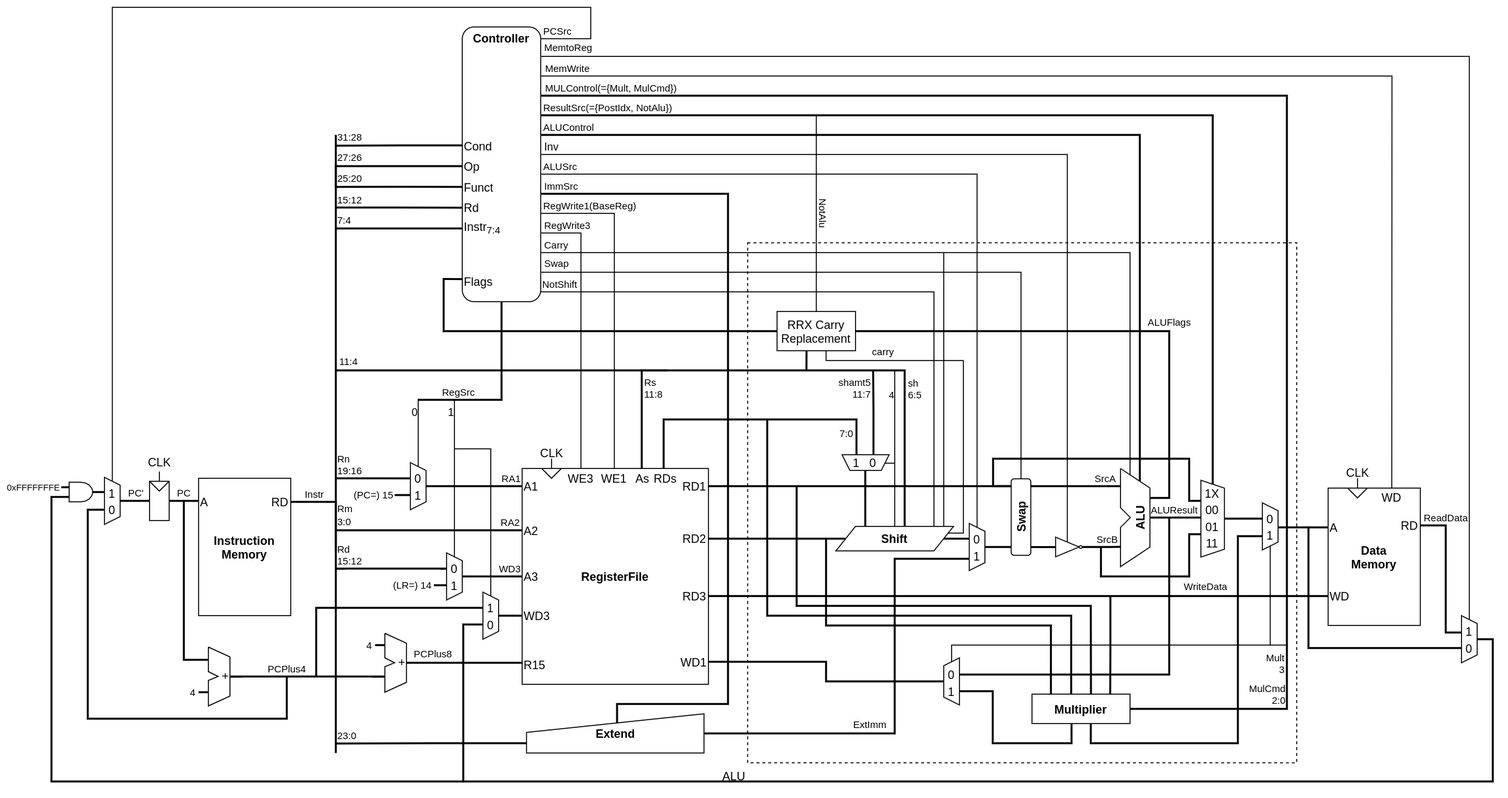
This is asset/arm_cpu_diagram.drawio.png from takah29/arm-cpu, a draw.io export, as it was before one commit. Source tidied: cells renumbered, new cells last; positions are measured from the earlier drawing's top-left corner, leaving out a move shared by most shapes.
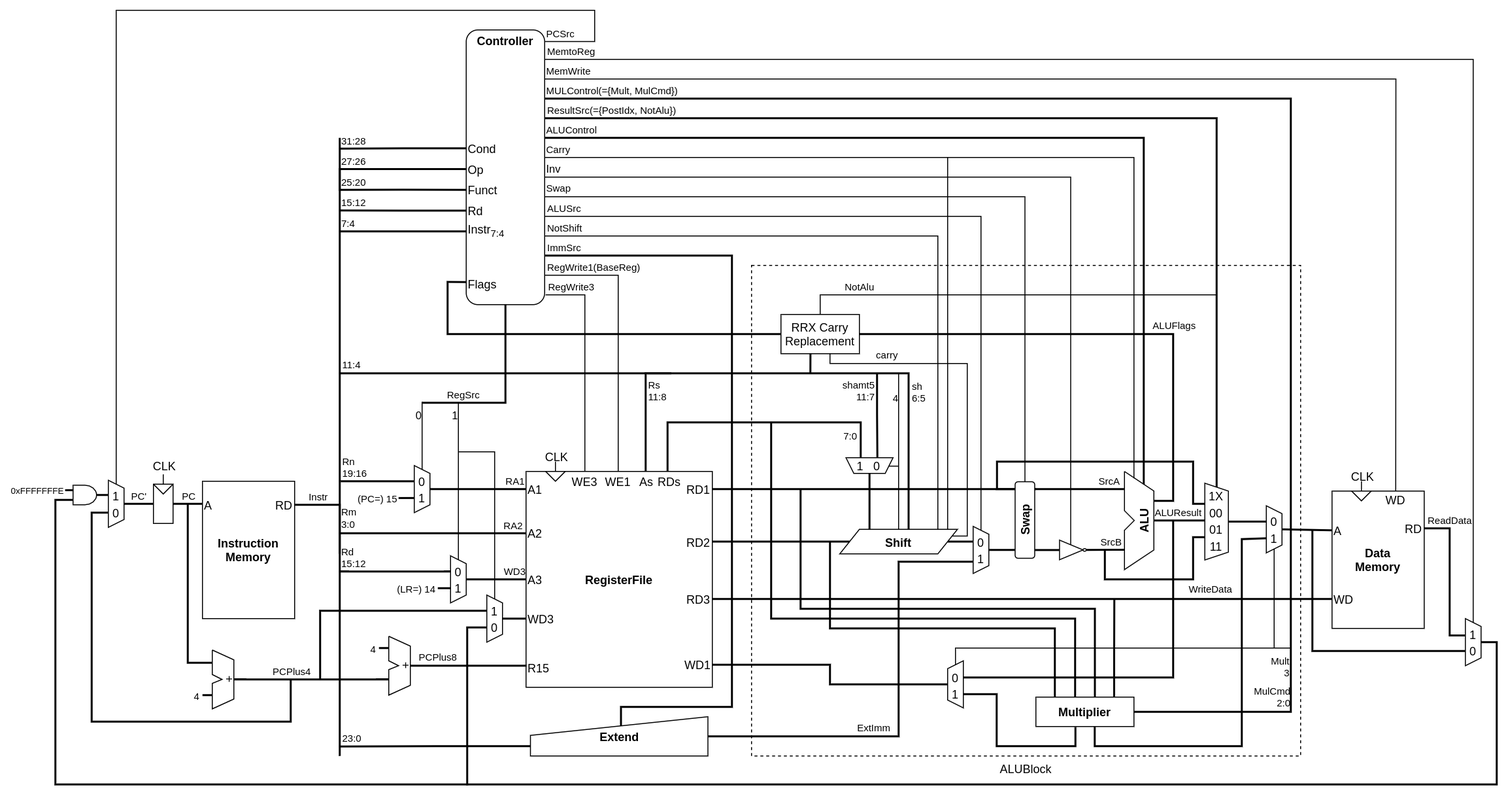
Later version of the same file.

Commit message:
回路図の修正

What changed in the source:
```diff
@@ -2,8 +2,8 @@
   <root>
     <mxCell id="0" />
     <mxCell id="1" parent="0" />
-    <mxCell id="2" value="ALU" style="rounded=0;whiteSpace=wrap;html=1;verticalAlign=top;labelPosition=left;verticalLabelPosition=bottom;align=right;dashed=1;fillColor=none;shadow=0;" parent="1" vertex="1">
-      <mxGeometry x="710" y="240" width="560" height="530" as="geometry" />
+    <mxCell id="2" value="ALUBlock" style="rounded=0;whiteSpace=wrap;html=1;verticalAlign=top;labelPosition=center;verticalLabelPosition=bottom;align=center;dashed=1;fillColor=none;shadow=0;" parent="1" vertex="1">
+      <mxGeometry x="710" y="260" width="560" height="500" as="geometry" />
     </mxCell>
     <mxCell id="3" style="group;" parent="1" vertex="1">
       <mxGeometry x="366" y="464" width="16" height="48" as="geometry" />
@@ -240,16 +240,16 @@
     </mxCell>
     <mxCell id="51" style="edgeStyle=orthogonalEdgeStyle;rounded=0;jettySize=auto;html=1;exitX=0.5;exitY=0;exitDx=0;exitDy=0;endArrow=none;endFill=0;strokeWidth=1;fontSize=10;" parent="1" edge="1" source="101">
       <mxGeometry relative="1" as="geometry">
-        <mxPoint x="499" y="230" as="targetPoint" />
+        <mxPoint x="500" y="290" as="targetPoint" />
         <Array as="points">
-          <mxPoint x="540" y="230" />
-          <mxPoint x="499" y="230" />
+          <mxPoint x="540" y="290" />
+          <mxPoint x="499" y="290" />
         </Array>
       </mxGeometry>
     </mxCell>
     <mxCell id="52" value="RegWrite3" style="edgeLabel;html=1;align=left;verticalAlign=bottom;fontSize=10;labelBackgroundColor=none;" parent="51" vertex="1">
       <mxGeometry x="0.94" relative="1" as="geometry">
-        <mxPoint x="-7" as="offset" />
+        <mxPoint x="-6" as="offset" />
       </mxGeometry>
     </mxCell>
     <mxCell id="53" style="endArrow=none;html=1;rounded=0;" parent="1" edge="1">
@@ -431,26 +431,26 @@
     </mxCell>
     <mxCell id="88" style="edgeStyle=orthogonalEdgeStyle;rounded=0;jettySize=auto;html=1;exitX=0.51;exitY=0.228;exitDx=0;exitDy=0;endArrow=none;endFill=0;strokeWidth=2;fontSize=10;exitPerimeter=0;" parent="1" edge="1" source="66">
       <mxGeometry relative="1" as="geometry">
-        <mxPoint x="499" y="190" as="targetPoint" />
+        <mxPoint x="499" y="250" as="targetPoint" />
         <Array as="points">
           <mxPoint x="577" y="710" />
           <mxPoint x="690" y="710" />
-          <mxPoint x="690" y="190" />
-          <mxPoint x="499" y="190" />
+          <mxPoint x="690" y="250" />
+          <mxPoint x="499" y="250" />
         </Array>
       </mxGeometry>
     </mxCell>
     <mxCell id="89" value="ImmSrc" style="edgeLabel;html=1;align=left;verticalAlign=bottom;fontSize=10;labelBackgroundColor=none;" parent="88" vertex="1">
       <mxGeometry x="0.94" relative="1" as="geometry">
-        <mxPoint x="-25.3" y="-0.1" as="offset" />
+        <mxPoint x="-24.3" y="-0.1" as="offset" />
       </mxGeometry>
     </mxCell>
     <mxCell id="90" style="edgeStyle=orthogonalEdgeStyle;rounded=0;jettySize=auto;html=1;endArrow=none;endFill=0;strokeWidth=1;fontSize=10;exitX=0;exitY=0.5;exitDx=0;exitDy=0;" parent="1" edge="1" source="58">
       <mxGeometry relative="1" as="geometry">
-        <mxPoint x="499" y="170" as="targetPoint" />
+        <mxPoint x="499" y="210" as="targetPoint" />
         <Array as="points">
-          <mxPoint x="944" y="170" />
-          <mxPoint x="499" y="170" />
+          <mxPoint x="944" y="210" />
+          <mxPoint x="499" y="210" />
         </Array>
       </mxGeometry>
     </mxCell>
@@ -797,7 +797,7 @@
     </mxCell>
     <mxCell id="165" value="ALUControl" style="edgeLabel;html=1;align=left;verticalAlign=bottom;fontSize=10;labelBackgroundColor=none;" parent="164" vertex="1">
       <mxGeometry x="0.94" relative="1" as="geometry">
-        <mxPoint x="-29.5" y="0.2" as="offset" />
+        <mxPoint x="-30.5" y="0.2" as="offset" />
       </mxGeometry>
     </mxCell>
     <mxCell id="166" style="edgeStyle=orthogonalEdgeStyle;rounded=0;jettySize=auto;html=1;exitX=0.692;exitY=-0.001;exitDx=0;exitDy=0;endArrow=none;endFill=0;strokeWidth=1;fontSize=7;exitPerimeter=0;" parent="1" edge="1" source="112">
@@ -811,7 +811,7 @@
     </mxCell>
     <mxCell id="167" value="&lt;font style=&quot;font-size: 10px&quot;&gt;MemWrite&lt;/font&gt;" style="edgeLabel;html=1;align=left;verticalAlign=bottom;fontSize=7;labelBackgroundColor=none;" parent="166" vertex="1">
       <mxGeometry x="0.94" relative="1" as="geometry">
-        <mxPoint x="-33.6" y="-0.1" as="offset" />
+        <mxPoint x="-35.6" y="-0.1" as="offset" />
       </mxGeometry>
     </mxCell>
     <mxCell id="168" style="edgeStyle=orthogonalEdgeStyle;rounded=0;jettySize=auto;html=1;exitX=0.083;exitY=0.5;exitDx=0;exitDy=0;endArrow=none;endFill=0;strokeWidth=1;fontSize=7;exitPerimeter=0;" parent="1" edge="1" source="80">
@@ -825,7 +825,7 @@
     </mxCell>
     <mxCell id="169" value="&lt;font style=&quot;font-size: 10px&quot;&gt;MemtoReg&lt;/font&gt;" style="edgeLabel;html=1;align=left;verticalAlign=bottom;fontSize=7;labelBackgroundColor=none;" parent="168" vertex="1">
       <mxGeometry x="0.97" relative="1" as="geometry">
-        <mxPoint x="-21.4" y="-0.2" as="offset" />
+        <mxPoint x="-22.4" y="-0.2" as="offset" />
       </mxGeometry>
     </mxCell>
     <mxCell id="170" style="edgeStyle=orthogonalEdgeStyle;rounded=0;jettySize=auto;html=1;endArrow=none;endFill=0;strokeWidth=1;fontSize=7;exitX=0;exitY=0.5;exitDx=0;exitDy=0;entryX=1.002;entryY=0.042;entryDx=0;entryDy=0;entryPerimeter=0;" parent="1" edge="1" source="136" target="17">
@@ -840,22 +840,22 @@
     </mxCell>
     <mxCell id="171" value="&lt;font style=&quot;font-size: 10px&quot;&gt;PCSrc&lt;/font&gt;" style="edgeLabel;html=1;align=left;verticalAlign=bottom;fontSize=7;labelBackgroundColor=none;" parent="170" vertex="1">
       <mxGeometry x="0.97" relative="1" as="geometry">
-        <mxPoint x="-15.3" y="0.6" as="offset" />
+        <mxPoint x="-16.3" y="0.6" as="offset" />
       </mxGeometry>
     </mxCell>
     <mxCell id="172" style="edgeStyle=orthogonalEdgeStyle;rounded=0;orthogonalLoop=1;jettySize=auto;html=1;endArrow=none;endFill=0;strokeWidth=1;fontSize=10;" parent="1" edge="1">
       <mxGeometry relative="1" as="geometry">
         <mxPoint x="1100" y="477" as="sourcePoint" />
-        <mxPoint x="499" y="250" as="targetPoint" />
+        <mxPoint x="499" y="150" as="targetPoint" />
         <Array as="points">
-          <mxPoint x="1100" y="250" />
-          <mxPoint x="499" y="250" />
+          <mxPoint x="1100" y="150" />
+          <mxPoint x="499" y="150" />
         </Array>
       </mxGeometry>
     </mxCell>
     <mxCell id="173" value="Carry" style="edgeLabel;html=1;align=left;verticalAlign=bottom;fontSize=10;labelBackgroundColor=none;" parent="172" vertex="1">
       <mxGeometry x="0.94" relative="1" as="geometry">
-        <mxPoint x="-24.3" y="0.4" as="offset" />
+        <mxPoint x="-30.3" y="0.4" as="offset" />
       </mxGeometry>
     </mxCell>
     <mxCell id="174" style="edgeStyle=orthogonalEdgeStyle;rounded=0;jettySize=auto;html=1;exitX=0.5;exitY=0;exitDx=0;exitDy=0;endArrow=none;endFill=0;strokeWidth=2;" parent="1" edge="1" source="102">
@@ -885,18 +885,17 @@
         <mxPoint x="-2.9" as="offset" />
       </mxGeometry>
     </mxCell>
-    <mxCell id="178" style="edgeStyle=orthogonalEdgeStyle;rounded=0;jettySize=auto;html=1;exitX=1;exitY=0.5;exitDx=0;exitDy=0;fontSize=10;endArrow=none;endFill=0;" parent="1" edge="1" source="190">
+    <mxCell id="178" style="edgeStyle=orthogonalEdgeStyle;rounded=0;jettySize=auto;html=1;exitX=1;exitY=0.5;exitDx=0;exitDy=0;fontSize=10;endArrow=none;endFill=0;entryX=1.003;entryY=0.607;entryDx=0;entryDy=0;entryPerimeter=0;" parent="1" edge="1" source="190" target="17">
       <mxGeometry relative="1" as="geometry">
-        <mxPoint x="499" y="270" as="targetPoint" />
         <Array as="points">
-          <mxPoint x="989" y="270" />
-          <mxPoint x="499" y="270" />
+          <mxPoint x="989" y="190" />
+          <mxPoint x="499" y="190" />
         </Array>
       </mxGeometry>
     </mxCell>
     <mxCell id="179" value="Swap" style="edgeLabel;html=1;align=left;verticalAlign=bottom;fontSize=10;labelBackgroundColor=none;" parent="178" vertex="1">
       <mxGeometry x="0.96" relative="1" as="geometry">
-        <mxPoint x="-13.6" y="-0.6" as="offset" />
+        <mxPoint x="-17.6" y="-0.6" as="offset" />
       </mxGeometry>
     </mxCell>
     <mxCell id="180" style="edgeStyle=orthogonalEdgeStyle;rounded=0;jettySize=auto;html=1;exitX=0.172;exitY=0.505;exitDx=0;exitDy=0;exitPerimeter=0;entryX=0.105;entryY=0.985;entryDx=0;entryDy=0;entryPerimeter=0;endArrow=none;endFill=0;strokeWidth=2;" parent="1" edge="1" source="181" target="190">
@@ -920,17 +919,17 @@
     </mxCell>
     <mxCell id="184" style="edgeStyle=orthogonalEdgeStyle;rounded=0;jettySize=auto;html=1;endArrow=none;endFill=0;strokeWidth=1;fontSize=11;entryX=0.455;entryY=0.24;entryDx=0;entryDy=0;entryPerimeter=0;" parent="1" edge="1" target="181">
       <mxGeometry relative="1" as="geometry">
-        <mxPoint x="499" y="150" as="sourcePoint" />
+        <mxPoint x="499" y="170" as="sourcePoint" />
         <Array as="points">
-          <mxPoint x="499" y="150" />
-          <mxPoint x="1036" y="150" />
+          <mxPoint x="499" y="170" />
+          <mxPoint x="1036" y="170" />
           <mxPoint x="1036" y="545" />
         </Array>
       </mxGeometry>
     </mxCell>
     <mxCell id="185" value="Inv" style="edgeLabel;html=1;align=left;verticalAlign=bottom;fontSize=11;labelBackgroundColor=none;" parent="184" vertex="1">
       <mxGeometry x="-0.98" relative="1" as="geometry">
-        <mxPoint x="-9.8" as="offset" />
+        <mxPoint x="-10.8" as="offset" />
       </mxGeometry>
     </mxCell>
     <mxCell id="186" style="edgeStyle=orthogonalEdgeStyle;rounded=0;orthogonalLoop=1;jettySize=auto;html=1;strokeWidth=2;endArrow=none;endFill=0;" parent="1" edge="1">
@@ -947,16 +946,16 @@
     </mxCell>
     <mxCell id="187" style="edgeStyle=orthogonalEdgeStyle;rounded=0;jettySize=auto;html=1;exitX=0.5;exitY=0;exitDx=0;exitDy=0;endArrow=none;endFill=0;strokeWidth=1;" parent="1" edge="1" source="109">
       <mxGeometry relative="1" as="geometry">
-        <mxPoint x="499" y="210" as="targetPoint" />
+        <mxPoint x="499" y="270" as="targetPoint" />
         <Array as="points">
-          <mxPoint x="574" y="210" />
-          <mxPoint x="499" y="210" />
+          <mxPoint x="574" y="270" />
+          <mxPoint x="499" y="270" />
         </Array>
       </mxGeometry>
     </mxCell>
     <mxCell id="188" value="&lt;font style=&quot;font-size: 10px&quot;&gt;RegWrite1(BaseReg)&lt;/font&gt;" style="edgeLabel;html=1;align=left;verticalAlign=bottom;labelBackgroundColor=none;" parent="187" vertex="1">
       <mxGeometry x="0.93" relative="1" as="geometry">
-        <mxPoint x="-10.2" as="offset" />
+        <mxPoint x="-9.2" as="offset" />
       </mxGeometry>
     </mxCell>
     <mxCell id="189" style="edgeStyle=orthogonalEdgeStyle;rounded=0;jettySize=auto;html=1;exitX=1;exitY=0.5;exitDx=0;exitDy=0;endArrow=none;endFill=0;strokeWidth=2;" parent="1" edge="1" source="199">
@@ -1055,7 +1054,7 @@
     </mxCell>
     <mxCell id="204" value="&lt;font style=&quot;font-size: 10px&quot;&gt;MULControl(={Mult, MulCmd})&lt;/font&gt;" style="edgeLabel;html=1;align=left;verticalAlign=bottom;labelBackgroundColor=none;" parent="203" vertex="1">
       <mxGeometry x="-0.96" y="1" relative="1" as="geometry">
-        <mxPoint x="-24.2" y="1" as="offset" />
+        <mxPoint x="-27.2" y="1" as="offset" />
       </mxGeometry>
     </mxCell>
     <mxCell id="205" value="&lt;font style=&quot;font-size: 10px&quot;&gt;MulCmd&lt;br&gt;&lt;div&gt;2:0&lt;/div&gt;&lt;/font&gt;" style="edgeLabel;html=1;align=right;verticalAlign=bottom;labelBackgroundColor=none;" parent="203" vertex="1">
@@ -1185,24 +1184,25 @@
     <mxCell id="232" value="&lt;b&gt;Controller&lt;/b&gt;" style="text;html=1;strokeColor=none;fillColor=none;align=center;verticalAlign=middle;whiteSpace=wrap;rounded=0;" parent="1" vertex="1">
       <mxGeometry x="439" y="20" width="40" height="21.2" as="geometry" />
     </mxCell>
-    <mxCell id="233" style="edgeStyle=orthogonalEdgeStyle;rounded=0;jettySize=auto;html=1;endArrow=none;endFill=0;strokeWidth=1;fontSize=10;entryX=1.001;entryY=0.964;entryDx=0;entryDy=0;entryPerimeter=0;" parent="1" edge="1" target="17">
+    <mxCell id="233" style="edgeStyle=orthogonalEdgeStyle;rounded=0;orthogonalLoop=1;jettySize=auto;html=1;endArrow=none;endFill=0;strokeWidth=1;fontSize=10;" parent="1" edge="1">
       <mxGeometry relative="1" as="geometry">
         <mxPoint x="900" y="529" as="sourcePoint" />
+        <mxPoint x="499" y="230" as="targetPoint" />
         <Array as="points">
-          <mxPoint x="900" y="529" />
-          <mxPoint x="900" y="290" />
+          <mxPoint x="900" y="230" />
+          <mxPoint x="500" y="230" />
         </Array>
       </mxGeometry>
     </mxCell>
     <mxCell id="234" value="NotShift" style="edgeLabel;html=1;align=left;verticalAlign=bottom;fontSize=10;labelBackgroundColor=none;" parent="233" vertex="1">
       <mxGeometry x="0.94" relative="1" as="geometry">
-        <mxPoint x="-20.4" as="offset" />
+        <mxPoint x="-22.4" as="offset" />
       </mxGeometry>
     </mxCell>
     <mxCell id="235" style="edgeStyle=orthogonalEdgeStyle;rounded=0;orthogonalLoop=1;jettySize=auto;html=1;endArrow=none;endFill=0;strokeWidth=1;fontSize=10;" parent="1" edge="1">
       <mxGeometry relative="1" as="geometry">
         <mxPoint x="910" y="529" as="sourcePoint" />
-        <mxPoint x="910" y="250" as="targetPoint" />
+        <mxPoint x="910" y="150" as="targetPoint" />
         <Array as="points">
           <mxPoint x="910" y="529" />
           <mxPoint x="910" y="250" />
@@ -1214,14 +1214,17 @@
         <mxPoint x="770" y="370" as="targetPoint" />
       </mxGeometry>
     </mxCell>
-    <mxCell id="237" style="edgeStyle=orthogonalEdgeStyle;rounded=0;jettySize=auto;html=1;exitX=0.5;exitY=0;exitDx=0;exitDy=0;endArrow=none;endFill=0;strokeWidth=1;fontSize=10;" parent="1" edge="1" source="239">
+    <mxCell id="237" style="edgeStyle=orthogonalEdgeStyle;rounded=0;jettySize=auto;html=1;exitX=0.5;exitY=0;exitDx=0;exitDy=0;endArrow=none;endFill=0;strokeWidth=1;fontSize=10;verticalAlign=bottom;" parent="1" edge="1" source="239">
       <mxGeometry relative="1" as="geometry">
-        <mxPoint x="780" y="110" as="targetPoint" />
+        <mxPoint x="1184" y="290" as="targetPoint" />
+        <Array as="points">
+          <mxPoint x="780" y="290" />
+        </Array>
       </mxGeometry>
     </mxCell>
-    <mxCell id="238" value="NotAlu" style="edgeLabel;html=1;align=center;verticalAlign=bottom;fontSize=10;rotation=90;labelBackgroundColor=none;" parent="237" vertex="1">
+    <mxCell id="238" value="NotAlu" style="edgeLabel;html=1;align=center;verticalAlign=bottom;fontSize=10;rotation=0;labelBackgroundColor=none;" parent="237" vertex="1">
       <mxGeometry x="0.08" y="1" relative="1" as="geometry">
-        <mxPoint y="8" as="offset" />
+        <mxPoint x="-170" y="1" as="offset" />
       </mxGeometry>
     </mxCell>
     <mxCell id="239" value="&lt;font style=&quot;font-size: 12px ; line-height: 120%&quot;&gt;RRX Carry&lt;br style=&quot;font-size: 12px&quot;&gt;Replacement&lt;/font&gt;" style="rounded=0;whiteSpace=wrap;html=1;fontSize=12;" parent="1" vertex="1">
```
